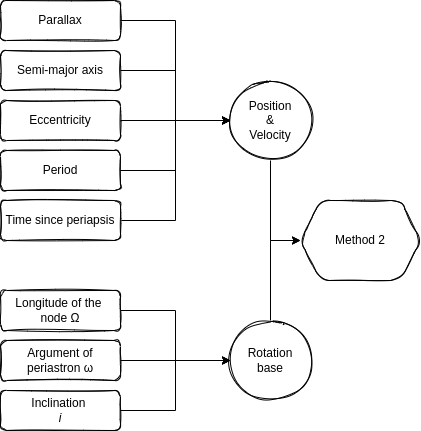
Earlier version of the draw.io export Method2.png (AlbinSjoegren/SPV). Source tidied: cells renumbered, new cells last; positions are measured from the earlier drawing's top-left corner, leaving out a move shared by most shapes.
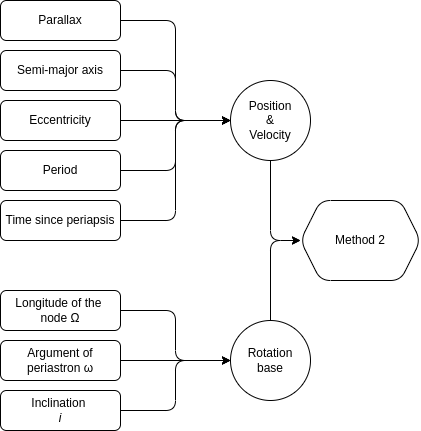
After the commit.

The edit, as a diff of the source:
```diff
@@ -2,67 +2,67 @@
   <root>
     <mxCell id="0" />
     <mxCell id="1" parent="0" />
-    <mxCell id="2" value="Method 2" style="shape=hexagon;perimeter=hexagonPerimeter2;whiteSpace=wrap;html=1;fixedSize=1;sketch=1;rounded=1;" parent="1" vertex="1">
+    <mxCell id="2" value="Method 2" style="shape=hexagon;perimeter=hexagonPerimeter2;whiteSpace=wrap;html=1;fixedSize=1;rounded=1;" parent="1" vertex="1">
       <mxGeometry x="300" y="200" width="120" height="80" as="geometry" />
     </mxCell>
-    <mxCell id="3" style="edgeStyle=orthogonalEdgeStyle;rounded=0;jettySize=auto;html=1;entryX=0;entryY=0.5;entryDx=0;entryDy=0;" parent="1" edge="1" source="4" target="6">
+    <mxCell id="3" style="edgeStyle=orthogonalEdgeStyle;rounded=1;jettySize=auto;html=1;entryX=0;entryY=0.5;entryDx=0;entryDy=0;" parent="1" edge="1" source="4" target="6">
       <mxGeometry relative="1" as="geometry" />
     </mxCell>
-    <mxCell id="4" value="Semi-major axis" style="rounded=1;whiteSpace=wrap;html=1;sketch=1;" parent="1" vertex="1">
+    <mxCell id="4" value="Semi-major axis" style="rounded=1;whiteSpace=wrap;html=1;" parent="1" vertex="1">
       <mxGeometry y="50" width="120" height="40" as="geometry" />
     </mxCell>
-    <mxCell id="5" style="edgeStyle=orthogonalEdgeStyle;rounded=0;jettySize=auto;html=1;entryX=0;entryY=0.5;entryDx=0;entryDy=0;" parent="1" edge="1" source="6" target="2">
+    <mxCell id="5" style="edgeStyle=orthogonalEdgeStyle;rounded=1;jettySize=auto;html=1;entryX=0;entryY=0.5;entryDx=0;entryDy=0;" parent="1" edge="1" source="6" target="2">
       <mxGeometry relative="1" as="geometry" />
     </mxCell>
-    <mxCell id="6" value="Position&lt;br&gt;&amp;amp;&lt;br&gt;Velocity" style="ellipse;whiteSpace=wrap;html=1;sketch=1;rounded=1;" parent="1" vertex="1">
+    <mxCell id="6" value="Position&lt;br&gt;&amp;amp;&lt;br&gt;Velocity" style="ellipse;whiteSpace=wrap;html=1;rounded=1;" parent="1" vertex="1">
       <mxGeometry x="230" y="80" width="80" height="80" as="geometry" />
     </mxCell>
-    <mxCell id="7" style="edgeStyle=orthogonalEdgeStyle;rounded=0;jettySize=auto;html=1;entryX=0;entryY=0.5;entryDx=0;entryDy=0;" parent="1" edge="1" source="8" target="2">
+    <mxCell id="7" style="edgeStyle=orthogonalEdgeStyle;rounded=1;jettySize=auto;html=1;entryX=0;entryY=0.5;entryDx=0;entryDy=0;" parent="1" edge="1" source="8" target="2">
       <mxGeometry relative="1" as="geometry" />
     </mxCell>
-    <mxCell id="8" value="Rotation&lt;br&gt;base" style="ellipse;whiteSpace=wrap;html=1;sketch=1;rounded=1;" parent="1" vertex="1">
+    <mxCell id="8" value="Rotation&lt;br&gt;base" style="ellipse;whiteSpace=wrap;html=1;rounded=1;" parent="1" vertex="1">
       <mxGeometry x="230" y="320" width="80" height="80" as="geometry" />
     </mxCell>
-    <mxCell id="9" style="edgeStyle=orthogonalEdgeStyle;rounded=0;jettySize=auto;html=1;entryX=0;entryY=0.5;entryDx=0;entryDy=0;" parent="1" edge="1" source="10" target="6">
+    <mxCell id="9" style="edgeStyle=orthogonalEdgeStyle;rounded=1;jettySize=auto;html=1;entryX=0;entryY=0.5;entryDx=0;entryDy=0;" parent="1" edge="1" source="10" target="6">
       <mxGeometry relative="1" as="geometry" />
     </mxCell>
-    <mxCell id="10" value="Parallax" style="rounded=1;whiteSpace=wrap;html=1;sketch=1;" parent="1" vertex="1">
+    <mxCell id="10" value="Parallax" style="rounded=1;whiteSpace=wrap;html=1;" parent="1" vertex="1">
       <mxGeometry width="120" height="40" as="geometry" />
     </mxCell>
-    <mxCell id="11" style="edgeStyle=orthogonalEdgeStyle;rounded=0;jettySize=auto;html=1;" parent="1" edge="1" source="12" target="6">
+    <mxCell id="11" style="edgeStyle=orthogonalEdgeStyle;rounded=1;jettySize=auto;html=1;" parent="1" edge="1" source="12" target="6">
       <mxGeometry relative="1" as="geometry" />
     </mxCell>
-    <mxCell id="12" value="Eccentricity" style="rounded=1;whiteSpace=wrap;html=1;sketch=1;" parent="1" vertex="1">
+    <mxCell id="12" value="Eccentricity" style="rounded=1;whiteSpace=wrap;html=1;" parent="1" vertex="1">
       <mxGeometry y="100" width="120" height="40" as="geometry" />
     </mxCell>
-    <mxCell id="13" style="edgeStyle=orthogonalEdgeStyle;rounded=0;jettySize=auto;html=1;entryX=0;entryY=0.5;entryDx=0;entryDy=0;" parent="1" edge="1" source="14" target="6">
+    <mxCell id="13" style="edgeStyle=orthogonalEdgeStyle;rounded=1;jettySize=auto;html=1;entryX=0;entryY=0.5;entryDx=0;entryDy=0;" parent="1" edge="1" source="14" target="6">
       <mxGeometry relative="1" as="geometry" />
     </mxCell>
-    <mxCell id="14" value="Period" style="rounded=1;whiteSpace=wrap;html=1;sketch=1;" parent="1" vertex="1">
+    <mxCell id="14" value="Period" style="rounded=1;whiteSpace=wrap;html=1;" parent="1" vertex="1">
       <mxGeometry y="150" width="120" height="40" as="geometry" />
     </mxCell>
-    <mxCell id="15" style="edgeStyle=orthogonalEdgeStyle;rounded=0;jettySize=auto;html=1;entryX=0;entryY=0.5;entryDx=0;entryDy=0;" parent="1" edge="1" source="16" target="6">
+    <mxCell id="15" style="edgeStyle=orthogonalEdgeStyle;rounded=1;jettySize=auto;html=1;entryX=0;entryY=0.5;entryDx=0;entryDy=0;" parent="1" edge="1" source="16" target="6">
       <mxGeometry relative="1" as="geometry" />
     </mxCell>
-    <mxCell id="16" value="Time since periapsis" style="rounded=1;whiteSpace=wrap;html=1;sketch=1;" parent="1" vertex="1">
+    <mxCell id="16" value="Time since periapsis" style="rounded=1;whiteSpace=wrap;html=1;" parent="1" vertex="1">
       <mxGeometry y="200" width="120" height="40" as="geometry" />
     </mxCell>
-    <mxCell id="17" style="edgeStyle=orthogonalEdgeStyle;rounded=0;jettySize=auto;html=1;" parent="1" edge="1" source="18" target="8">
+    <mxCell id="17" style="edgeStyle=orthogonalEdgeStyle;rounded=1;jettySize=auto;html=1;" parent="1" edge="1" source="18" target="8">
       <mxGeometry relative="1" as="geometry" />
     </mxCell>
-    <mxCell id="18" value="Longitude of the &lt;br&gt;node Ω" style="rounded=1;whiteSpace=wrap;html=1;sketch=1;" parent="1" vertex="1">
+    <mxCell id="18" value="Longitude of the &lt;br&gt;node Ω" style="rounded=1;whiteSpace=wrap;html=1;" parent="1" vertex="1">
       <mxGeometry y="290" width="120" height="40" as="geometry" />
     </mxCell>
-    <mxCell id="19" style="edgeStyle=orthogonalEdgeStyle;rounded=0;jettySize=auto;html=1;entryX=0;entryY=0.5;entryDx=0;entryDy=0;" parent="1" edge="1" source="20" target="8">
+    <mxCell id="19" style="edgeStyle=orthogonalEdgeStyle;rounded=1;jettySize=auto;html=1;entryX=0;entryY=0.5;entryDx=0;entryDy=0;" parent="1" edge="1" source="20" target="8">
       <mxGeometry relative="1" as="geometry" />
     </mxCell>
-    <mxCell id="20" value="Argument of periastron ω" style="rounded=1;whiteSpace=wrap;html=1;sketch=1;" parent="1" vertex="1">
+    <mxCell id="20" value="Argument of periastron ω" style="rounded=1;whiteSpace=wrap;html=1;" parent="1" vertex="1">
       <mxGeometry y="340" width="120" height="40" as="geometry" />
     </mxCell>
-    <mxCell id="21" style="edgeStyle=orthogonalEdgeStyle;rounded=0;jettySize=auto;html=1;" parent="1" edge="1" source="22" target="8">
+    <mxCell id="21" style="edgeStyle=orthogonalEdgeStyle;rounded=1;jettySize=auto;html=1;" parent="1" edge="1" source="22" target="8">
       <mxGeometry relative="1" as="geometry" />
     </mxCell>
-    <mxCell id="22" value="Inclination &lt;br&gt;&lt;i&gt;i&lt;/i&gt;" style="rounded=1;whiteSpace=wrap;html=1;sketch=1;" parent="1" vertex="1">
+    <mxCell id="22" value="Inclination &lt;br&gt;&lt;i&gt;i&lt;/i&gt;" style="rounded=1;whiteSpace=wrap;html=1;" parent="1" vertex="1">
       <mxGeometry y="390" width="120" height="40" as="geometry" />
     </mxCell>
   </root>
```
